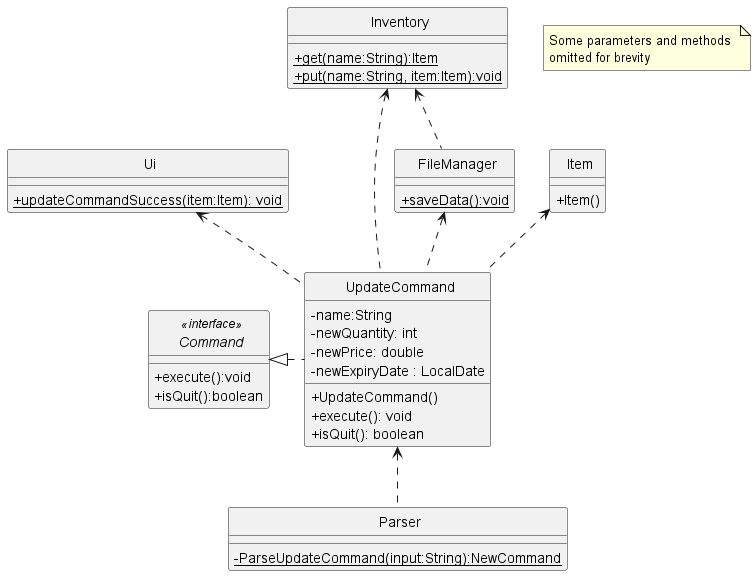
Before: docs/uml-diagrams/UpdateCommandClass.png, a diagram exported from PlantUML (rismm/tp).
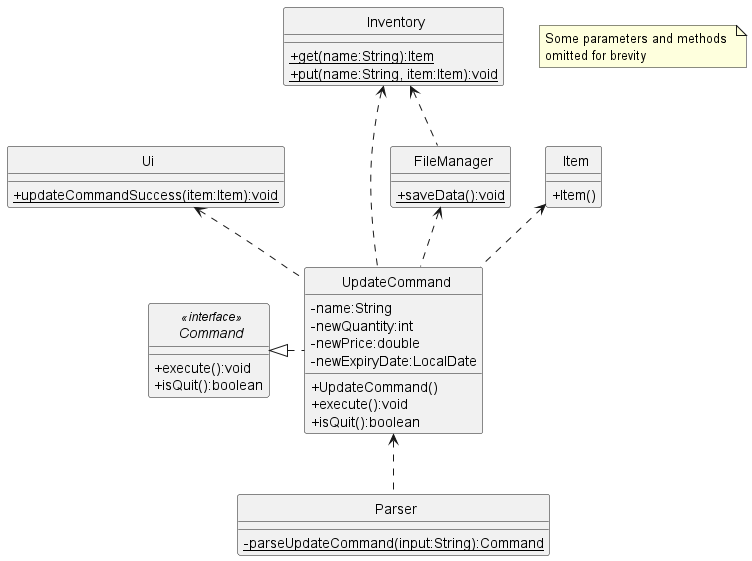
Above is the later version.

The edit, as a diff of the source:
```diff
@@ -26,12 +26,12 @@
 
 class UpdateCommand {
     -name:String
-    -newQuantity: int
-    -newPrice: double
-    -newExpiryDate : LocalDate
+    -newQuantity:int
+    -newPrice:double
+    -newExpiryDate:LocalDate
     +UpdateCommand()
-    +execute(): void
-    +isQuit(): boolean
+    +execute():void
+    +isQuit():boolean
 }
 
 class Item {
@@ -39,11 +39,11 @@
 }
 
 class Ui {
-    {static}+updateCommandSuccess(item:Item): void
+    {static}+updateCommandSuccess(item:Item):void
 }
 
 class Parser {
-    {static}-ParseUpdateCommand(input:String):NewCommand
+    {static}-parseUpdateCommand(input:String):Command
 }
 
 class Inventory {
```
